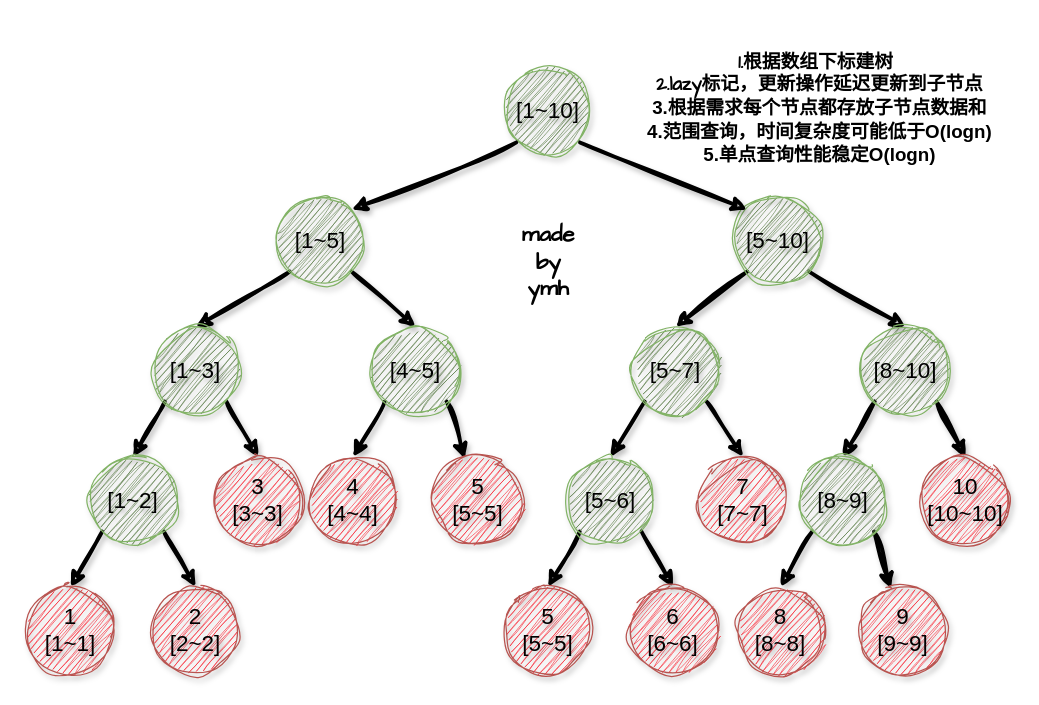
xbzd315/picdata keeps this draw.io diagram as tree.drawio. Above is the earlier version. Source tidied: cells renumbered, new cells numbered last; positions are measured from the earlier drawing's top-left corner, leaving out a move shared by most shapes. Both pictures are drawn from the tidied source at 125%, with x=0, y=0 at pixel (26, 21).
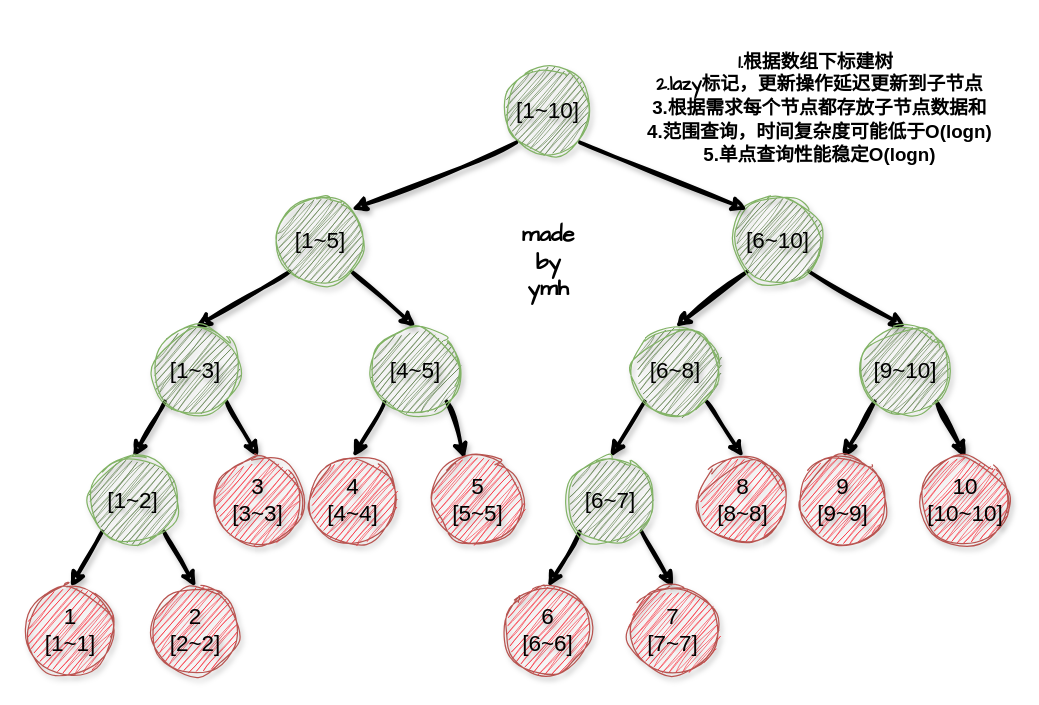
Above is the later version.

Diff of the diagram source:
```diff
@@
-    <mxCell id="4" value="[5~10]" style="ellipse;whiteSpace=wrap;html=1;fontSize=18;fillColor=#587A45;strokeColor=#82b366;shadow=1;textShadow=1;labelBorderColor=none;labelBackgroundColor=none;sketch=1;curveFitting=1;jiggle=2;" parent="1" vertex="1">
+    <mxCell id="4" value="[6~10]" style="ellipse;whiteSpace=wrap;html=1;fontSize=18;fillColor=#587A45;strokeColor=#82b366;shadow=1;textShadow=1;labelBorderColor=none;labelBackgroundColor=none;sketch=1;curveFitting=1;jiggle=2;" parent="1" vertex="1">
       <mxGeometry x="566" y="140" width="70" height="70" as="geometry" />
     </mxCell>
@@
-    <mxCell id="17" value="[8~10]" style="ellipse;whiteSpace=wrap;html=1;fontSize=18;fillColor=#587A45;strokeColor=#82b366;shadow=1;textShadow=1;labelBorderColor=none;labelBackgroundColor=none;sketch=1;curveFitting=1;jiggle=2;" parent="1" vertex="1">
+    <mxCell id="17" value="[9~10]" style="ellipse;whiteSpace=wrap;html=1;fontSize=18;fillColor=#587A45;strokeColor=#82b366;shadow=1;textShadow=1;labelBorderColor=none;labelBackgroundColor=none;sketch=1;curveFitting=1;jiggle=2;" parent="1" vertex="1">
       <mxGeometry x="668" y="244" width="70" height="70" as="geometry" />
     </mxCell>
@@
-    <mxCell id="20" value="[5~7]" style="ellipse;whiteSpace=wrap;html=1;fontSize=18;fillColor=#587A45;strokeColor=#82b366;shadow=1;textShadow=1;labelBorderColor=none;labelBackgroundColor=none;sketch=1;curveFitting=1;jiggle=2;" parent="1" vertex="1">
+    <mxCell id="20" value="[6~8]" style="ellipse;whiteSpace=wrap;html=1;fontSize=18;fillColor=#587A45;strokeColor=#82b366;shadow=1;textShadow=1;labelBorderColor=none;labelBackgroundColor=none;sketch=1;curveFitting=1;jiggle=2;" parent="1" vertex="1">
       <mxGeometry x="484" y="244" width="70" height="70" as="geometry" />
     </mxCell>
@@
-    <mxCell id="25" value="10&lt;div style=&quot;font-size: 18px;&quot;&gt;[10~10]&lt;/div&gt;" style="ellipse;whiteSpace=wrap;html=1;fontSize=18;fillColor=#F8202F;strokeColor=#b85450;shadow=1;textShadow=1;labelBorderColor=none;labelBackgroundColor=none;sketch=1;curveFitting=1;jiggle=2;" parent="1" vertex="1">
+    <mxCell id="25" value="10&lt;div style=&quot;font-size: 18px;&quot;&gt;[10~10]&lt;/div&gt;" style="ellipse;whiteSpace=wrap;html=1;fontSize=18;fillColor=#F8202F;strokeColor=#B85450;shadow=1;textShadow=1;labelBorderColor=none;labelBackgroundColor=none;sketch=1;curveFitting=1;jiggle=2;" parent="1" vertex="1">
       <mxGeometry x="716" y="348" width="70" height="70" as="geometry" />
     </mxCell>
-    <mxCell id="26" style="rounded=0;jettySize=auto;html=1;exitX=0;exitY=1;exitDx=0;exitDy=0;entryX=0.5;entryY=0;entryDx=0;entryDy=0;strokeWidth=3;shadow=1;strokeColor=default;sketch=1;curveFitting=1;jiggle=2;" parent="1" edge="1" source="28" target="39">
-      <mxGeometry relative="1" as="geometry" />
-    </mxCell>
-    <mxCell id="27" style="rounded=0;jettySize=auto;html=1;exitX=1;exitY=1;exitDx=0;exitDy=0;strokeWidth=3;shadow=1;strokeColor=default;sketch=1;curveFitting=1;jiggle=2;" parent="1" edge="1" source="28" target="40">
-      <mxGeometry relative="1" as="geometry" />
-    </mxCell>
-    <mxCell id="28" value="[8~9]" style="ellipse;whiteSpace=wrap;html=1;fontSize=18;fillColor=#587A45;strokeColor=#82b366;shadow=1;textShadow=1;labelBorderColor=none;labelBackgroundColor=none;sketch=1;curveFitting=1;jiggle=2;" parent="1" vertex="1">
+    <mxCell id="28" value="&lt;div&gt;9&lt;/div&gt;&lt;div&gt;[9~9]&lt;/div&gt;" style="ellipse;whiteSpace=wrap;html=1;fontSize=18;fillColor=#F8202F;strokeColor=#B85450;shadow=1;textShadow=1;labelBorderColor=none;labelBackgroundColor=none;sketch=1;curveFitting=1;jiggle=2;" parent="1" vertex="1">
       <mxGeometry x="618" y="348" width="70" height="70" as="geometry" />
     </mxCell>
@@
-    <mxCell id="33" value="[5~6]" style="ellipse;whiteSpace=wrap;html=1;fontSize=18;fillColor=#587A45;strokeColor=#82b366;shadow=1;textShadow=1;labelBorderColor=none;labelBackgroundColor=none;sketch=1;curveFitting=1;jiggle=2;" parent="1" vertex="1">
+    <mxCell id="33" value="[6~7]" style="ellipse;whiteSpace=wrap;html=1;fontSize=18;fillColor=#587A45;strokeColor=#82b366;shadow=1;textShadow=1;labelBorderColor=none;labelBackgroundColor=none;sketch=1;curveFitting=1;jiggle=2;" parent="1" vertex="1">
       <mxGeometry x="432" y="348" width="70" height="70" as="geometry" />
     </mxCell>
-    <mxCell id="34" value="7&lt;div style=&quot;font-size: 18px;&quot;&gt;[7~7]&lt;/div&gt;" style="ellipse;whiteSpace=wrap;html=1;fontSize=18;fillColor=#F8202F;strokeColor=#b85450;shadow=1;textShadow=1;labelBorderColor=none;labelBackgroundColor=none;sketch=1;curveFitting=1;jiggle=2;" parent="1" vertex="1">
+    <mxCell id="34" value="&lt;div style=&quot;font-size: 18px;&quot;&gt;8&lt;/div&gt;&lt;div style=&quot;font-size: 18px;&quot;&gt;[8~8]&lt;/div&gt;" style="ellipse;whiteSpace=wrap;html=1;fontSize=18;fillColor=#F8202F;strokeColor=#b85450;shadow=1;textShadow=1;labelBorderColor=none;labelBackgroundColor=none;sketch=1;curveFitting=1;jiggle=2;" parent="1" vertex="1">
       <mxGeometry x="538" y="348" width="70" height="70" as="geometry" />
     </mxCell>
@@
-    <mxCell id="37" value="&lt;div style=&quot;font-size: 18px;&quot;&gt;5&lt;/div&gt;&lt;div style=&quot;font-size: 18px;&quot;&gt;[5~5]&lt;/div&gt;" style="ellipse;whiteSpace=wrap;html=1;fontSize=18;fillColor=#F8202F;strokeColor=#b85450;shadow=1;textShadow=1;labelBorderColor=none;labelBackgroundColor=none;sketch=1;curveFitting=1;jiggle=2;" parent="1" vertex="1">
+    <mxCell id="37" value="&lt;div style=&quot;font-size: 18px;&quot;&gt;6&lt;/div&gt;&lt;div style=&quot;font-size: 18px;&quot;&gt;[6~6]&lt;/div&gt;" style="ellipse;whiteSpace=wrap;html=1;fontSize=18;fillColor=#F8202F;strokeColor=#b85450;shadow=1;textShadow=1;labelBorderColor=none;labelBackgroundColor=none;sketch=1;curveFitting=1;jiggle=2;" parent="1" vertex="1">
       <mxGeometry x="382" y="452" width="70" height="70" as="geometry" />
     </mxCell>
-    <mxCell id="38" value="&lt;div style=&quot;font-size: 18px;&quot;&gt;6&lt;/div&gt;&lt;div style=&quot;font-size: 18px;&quot;&gt;[6~6]&lt;/div&gt;" style="ellipse;whiteSpace=wrap;html=1;fontSize=18;fillColor=#F8202F;strokeColor=#b85450;shadow=1;textShadow=1;labelBorderColor=none;labelBackgroundColor=none;sketch=1;curveFitting=1;jiggle=2;" parent="1" vertex="1">
+    <mxCell id="38" value="&lt;div style=&quot;font-size: 18px;&quot;&gt;7&lt;/div&gt;&lt;div style=&quot;font-size: 18px;&quot;&gt;[7~7]&lt;/div&gt;" style="ellipse;whiteSpace=wrap;html=1;fontSize=18;fillColor=#F8202F;strokeColor=#b85450;shadow=1;textShadow=1;labelBorderColor=none;labelBackgroundColor=none;sketch=1;curveFitting=1;jiggle=2;" parent="1" vertex="1">
       <mxGeometry x="482" y="452" width="70" height="70" as="geometry" />
     </mxCell>
-    <mxCell id="39" value="&lt;div style=&quot;font-size: 18px;&quot;&gt;8&lt;/div&gt;&lt;div style=&quot;font-size: 18px;&quot;&gt;[8~8]&lt;/div&gt;" style="ellipse;whiteSpace=wrap;html=1;fontSize=18;fillColor=#F8202F;strokeColor=#b85450;shadow=1;textShadow=1;labelBorderColor=none;labelBackgroundColor=none;sketch=1;curveFitting=1;jiggle=2;" parent="1" vertex="1">
-      <mxGeometry x="568" y="452" width="70" height="70" as="geometry" />
-    </mxCell>
-    <mxCell id="40" value="&lt;div style=&quot;font-size: 18px;&quot;&gt;9&lt;/div&gt;&lt;div style=&quot;font-size: 18px;&quot;&gt;[9~9]&lt;/div&gt;" style="ellipse;whiteSpace=wrap;html=1;fontSize=18;fillColor=#F8202F;strokeColor=#b85450;shadow=1;textShadow=1;labelBorderColor=none;labelBackgroundColor=none;sketch=1;curveFitting=1;jiggle=2;" parent="1" vertex="1">
-      <mxGeometry x="666" y="452" width="70" height="70" as="geometry" />
-    </mxCell>
```
